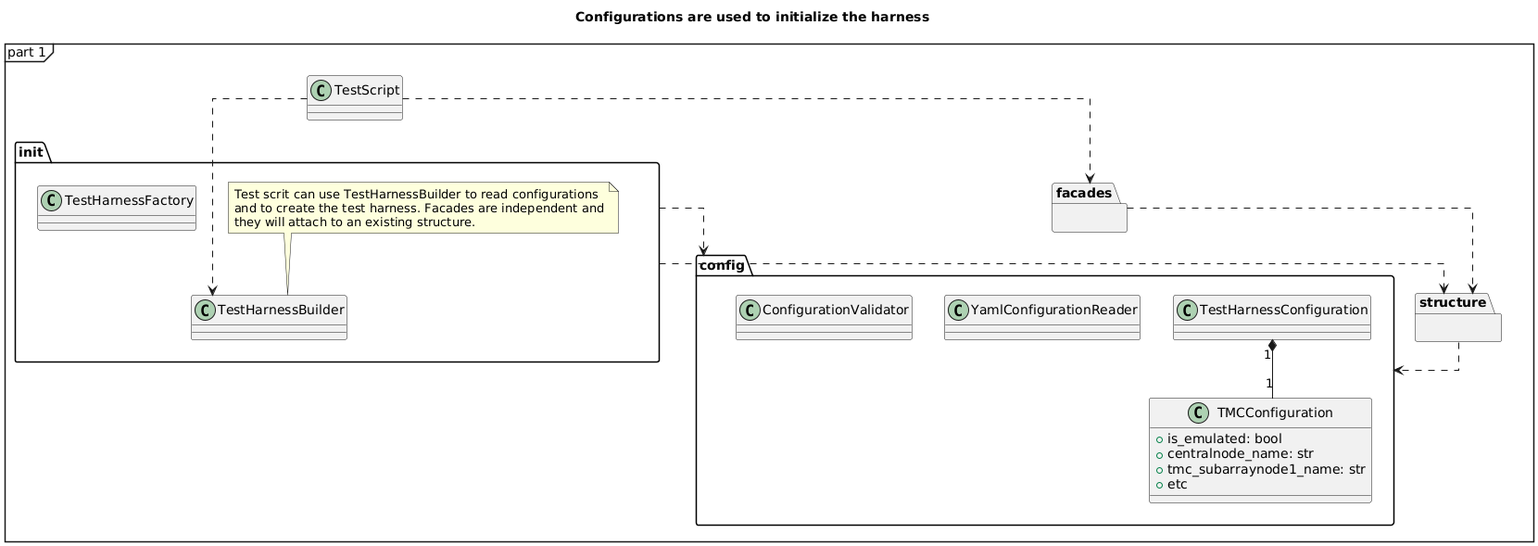
ska-telescope/ska-integration-test-harness keeps this PlantUML diagram as src/ska_integration_test_harness/architecture-config.png. Above is the earlier version.
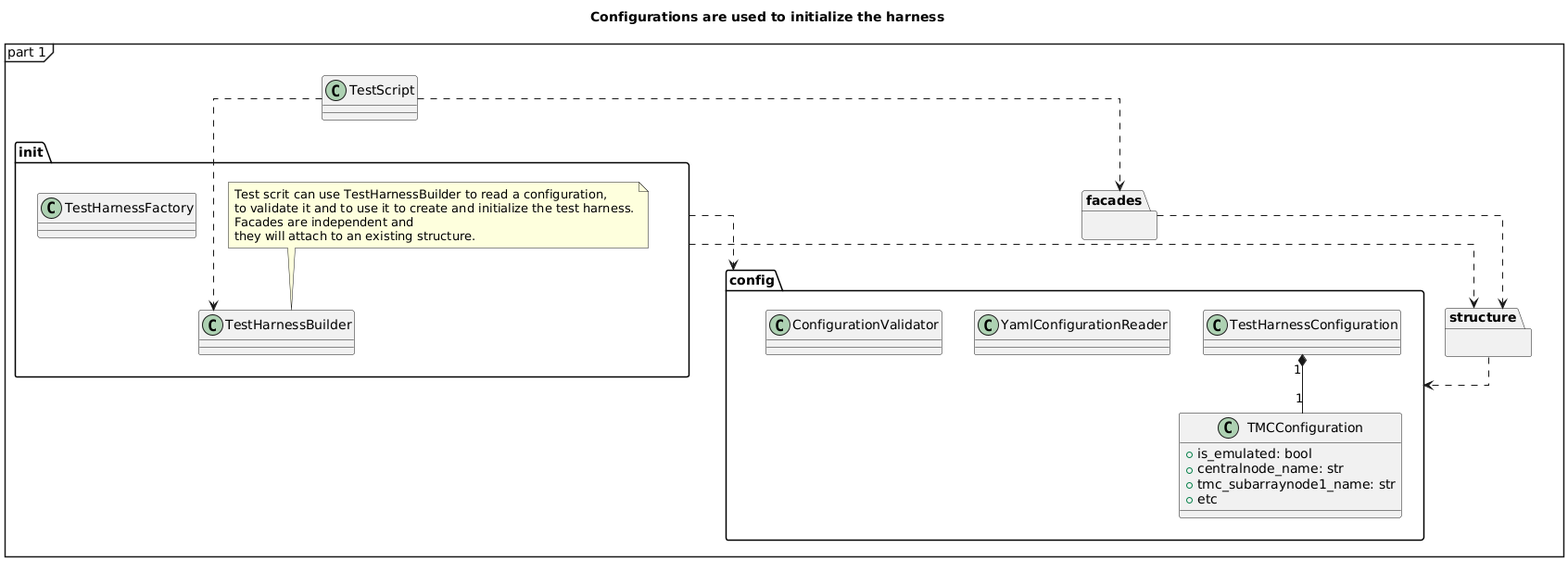
After the change.

Commit message:
OMCPT-77: update UML diagrams (3)

Diff of the diagram source:
```diff
@@ -13,8 +13,9 @@
     class TestHarnessBuilder {
     }
     note top
-    Test scrit can use TestHarnessBuilder to read configurations
-    and to create the test harness. Facades are independent and
+    Test scrit can use TestHarnessBuilder to read a configuration,
+    to validate it and to use it to create and initialize the test harness.
+    Facades are independent and
     they will attach to an existing structure.
     end note
 
```
